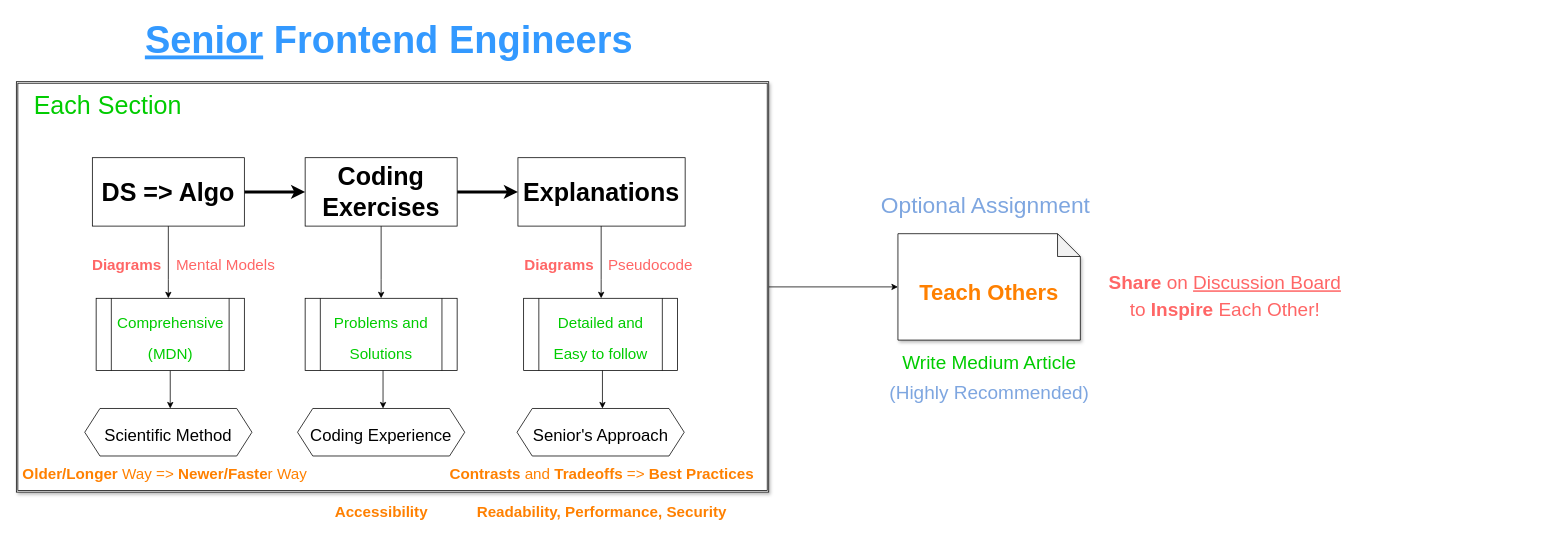
Above: page "Section Structure" (3 of 3) of overview.drawio in 1-11-1/FrontendCourse2021 (draw.io), before the change. Source tidied: cells renumbered, new cells numbered last; positions are measured from the earlier drawing's top-left corner, leaving out a move shared by most shapes. Both pictures are drawn from the tidied source at 76%, with x=0, y=0 at pixel (16, 13).
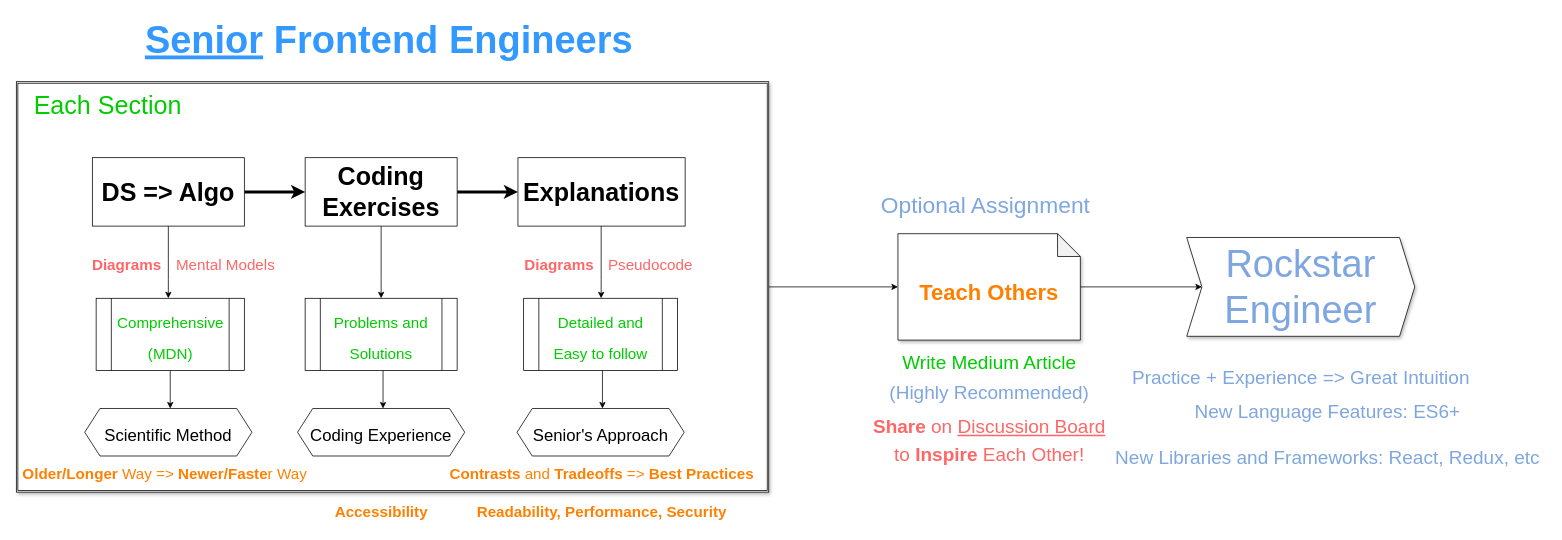
Above is the later version.

Unchanged cells that the change refers to:
```xml
<mxCell id="23" value="&lt;b style=&quot;color: rgb(255 , 128 , 0) ; font-size: 29px&quot;&gt;Teach Others&lt;/b&gt;" style="shape=note;whiteSpace=wrap;html=1;backgroundOutline=1;darkOpacity=0.05;rounded=0;shadow=1;fontSize=50;fontColor=#7EA6E0;" parent="1" vertex="1">
  <mxGeometry x="1160" y="290" width="240" height="140" as="geometry" />
</mxCell>
```

Diff of the diagram source:
```diff
@@
+    <mxCell id="36" style="edgeStyle=orthogonalEdgeStyle;rounded=0;jettySize=auto;html=1;" parent="1" edge="1" source="23" target="37">
+      <mxGeometry relative="1" as="geometry" />
+    </mxCell>
@@
     <mxCell id="27" value="&lt;font style=&quot;font-size: 25px&quot;&gt;&lt;b&gt;Share&lt;/b&gt; on &lt;u&gt;Discussion Board &lt;/u&gt;&lt;br&gt;to &lt;b&gt;Inspire&lt;/b&gt; Each Other!&lt;/font&gt;" style="text;html=1;align=center;verticalAlign=middle;fillColor=none;strokeColor=none;rounded=0;shadow=1;fontSize=30;fontColor=#FF6666;" parent="1" vertex="1">
-      <mxGeometry x="1430" y="330" width="320" height="80" as="geometry" />
+      <mxGeometry x="1120" y="520" width="320" height="80" as="geometry" />
     </mxCell>
@@
+    <mxCell id="37" value="Rockstar Engineer" style="shape=step;perimeter=stepPerimeter;whiteSpace=wrap;html=1;fixedSize=1;rounded=0;shadow=1;fontSize=50;fontColor=#7EA6E0;" parent="1" vertex="1">
+      <mxGeometry x="1540" y="295" width="300" height="130" as="geometry" />
+    </mxCell>
+    <mxCell id="38" value="&lt;font style=&quot;font-size: 25px&quot;&gt;Practice + Experience =&amp;gt; Great Intuition&lt;/font&gt;" style="text;html=1;align=center;verticalAlign=middle;fillColor=none;strokeColor=none;rounded=0;shadow=1;fontSize=50;fontColor=#7EA6E0;" parent="1" vertex="1">
+      <mxGeometry x="1460" y="430" width="460" height="80" as="geometry" />
+    </mxCell>
+    <mxCell id="39" value="&lt;span style=&quot;font-size: 25px&quot;&gt;New Language Features: ES6+&lt;br&gt;New Libraries and Frameworks: React, Redux, etc&lt;br&gt;&lt;/span&gt;" style="text;html=1;align=center;verticalAlign=middle;fillColor=none;strokeColor=none;rounded=0;shadow=1;fontSize=50;fontColor=#7EA6E0;" parent="1" vertex="1">
+      <mxGeometry x="1440" y="470" width="570" height="150" as="geometry" />
+    </mxCell>
```
